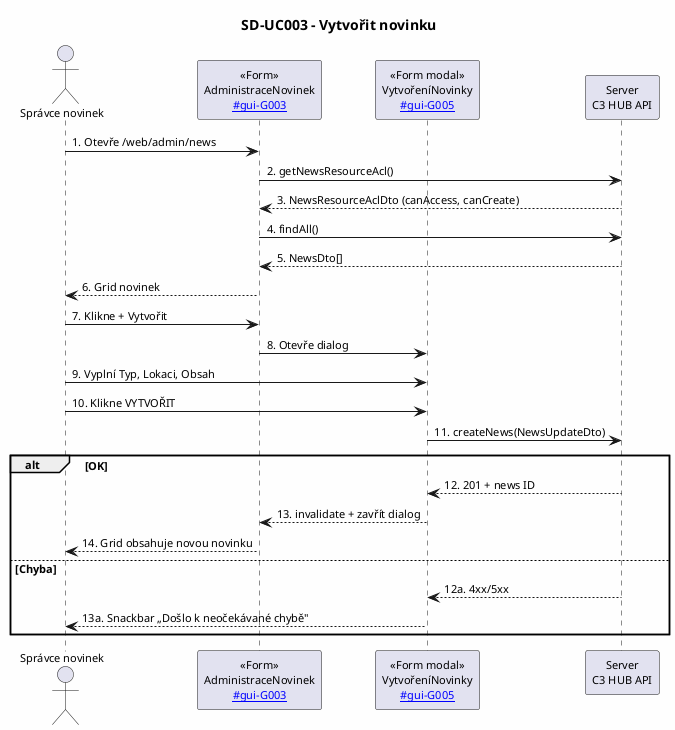
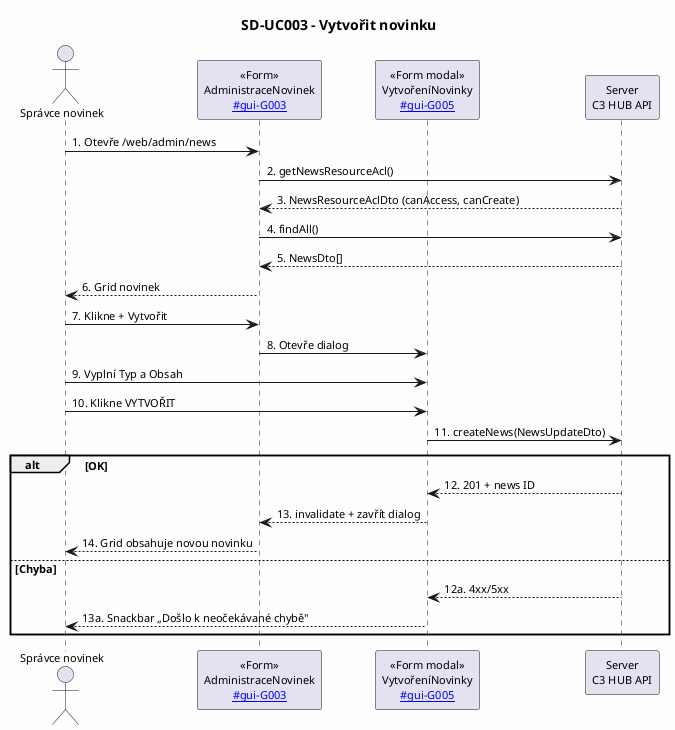
@startuml SD_UC003
skinparam defaultFontName "Segoe UI"
skinparam defaultFontSize 11
skinparam backgroundColor #FEFEFE

title SD-UC003 – Vytvořit novinku

actor "Správce novinek" as S
participant "<<Form>>\nAdministraceNovinek\n[[#gui-G003]]" as A
participant "<<Form modal>>\nVytvořeníNovinky\n[[#gui-G005]]" as D
participant "Server\nC3 HUB API" as Sv

S -> A : 1. Otevře /web/admin/news
A -> Sv : 2. getNewsResourceAcl()
Sv --> A : 3. NewsResourceAclDto (canAccess, canCreate)
A -> Sv : 4. findAll()
Sv --> A : 5. NewsDto[]
A --> S : 6. Grid novinek
S -> A : 7. Klikne + Vytvořit
A -> D : 8. Otevře dialog
- S -> D : 9. Vyplní Typ, Lokaci, Obsah
+ S -> D : 9. Vyplní Typ a Obsah
S -> D : 10. Klikne VYTVOŘIT
D -> Sv : 11. createNews(NewsUpdateDto)
alt OK
    Sv --> D : 12. 201 + news ID
    D --> A : 13. invalidate + zavřít dialog
    A --> S : 14. Grid obsahuje novou novinku
else Chyba
    Sv --> D : 12a. 4xx/5xx
    D --> S : 13a. Snackbar „Došlo k neočekávané chybě"
end

@enduml
